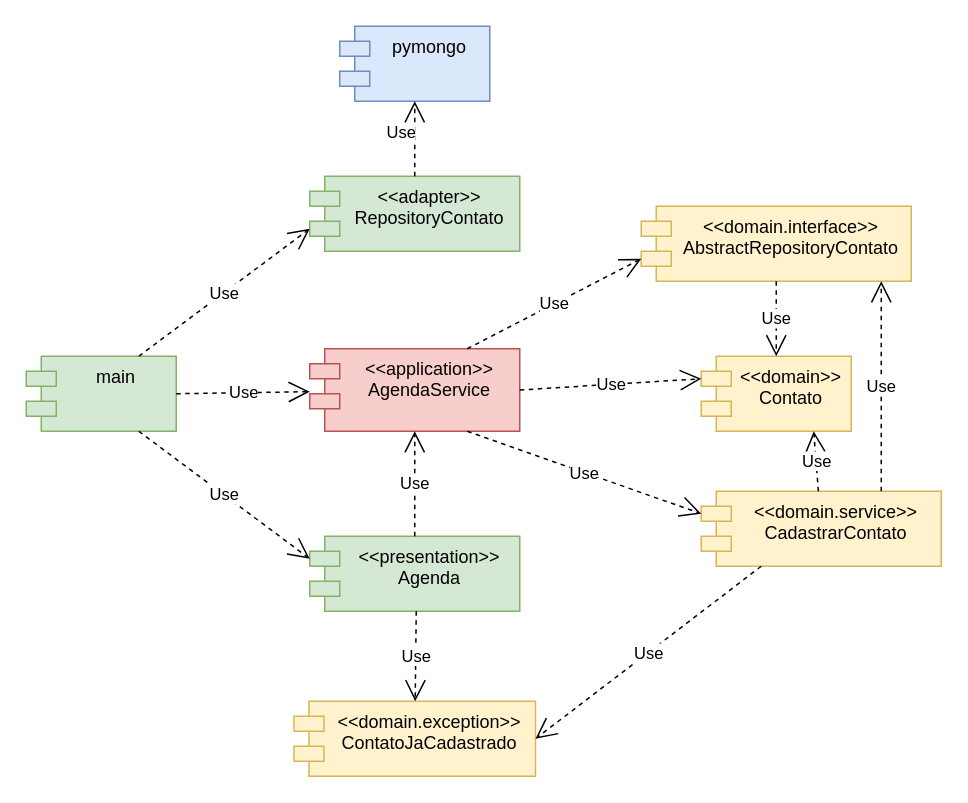
joaovictorino/AgendaPythonNoSQL keeps this draw.io diagram as page "Page-1" (1 of 2) of documentation/agenda.drawio. Above is the earlier version. Source tidied: cells renumbered, new cells numbered last; positions are measured from the earlier drawing's top-left corner, leaving out a move shared by most shapes. Both pictures are drawn from the tidied source at 150%, with x=0, y=0 at pixel (26, 26).
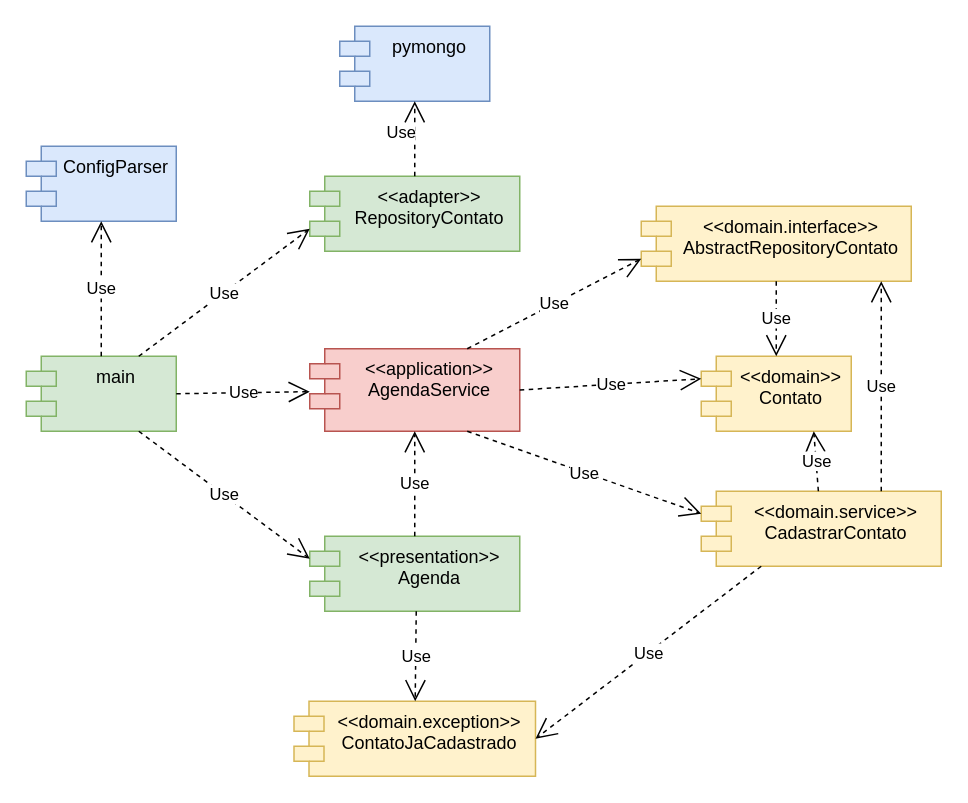
Above is the later version.

Unchanged cells that the change refers to:
```xml
<mxCell id="2" value="main" style="shape=module;align=left;spacingLeft=20;align=center;verticalAlign=top;fillColor=#d5e8d4;strokeColor=#82b366;" parent="1" vertex="1">
  <mxGeometry y="220" width="100" height="50" as="geometry" />
</mxCell>
```

The edit, as a diff of the source:
```diff
@@
+    <mxCell id="24" value="ConfigParser" style="shape=module;align=left;spacingLeft=20;align=center;verticalAlign=top;fillColor=#dae8fc;strokeColor=#6c8ebf;" parent="1" vertex="1">
+      <mxGeometry y="80" width="100" height="50" as="geometry" />
+    </mxCell>
+    <mxCell id="25" value="Use" style="endArrow=open;endSize=12;dashed=1;html=1;exitX=0.5;exitY=0;exitDx=0;exitDy=0;entryX=0.5;entryY=1;entryDx=0;entryDy=0;" parent="1" edge="1" source="2" target="24">
+      <mxGeometry relative="1" as="geometry" />
+    </mxCell>
```
